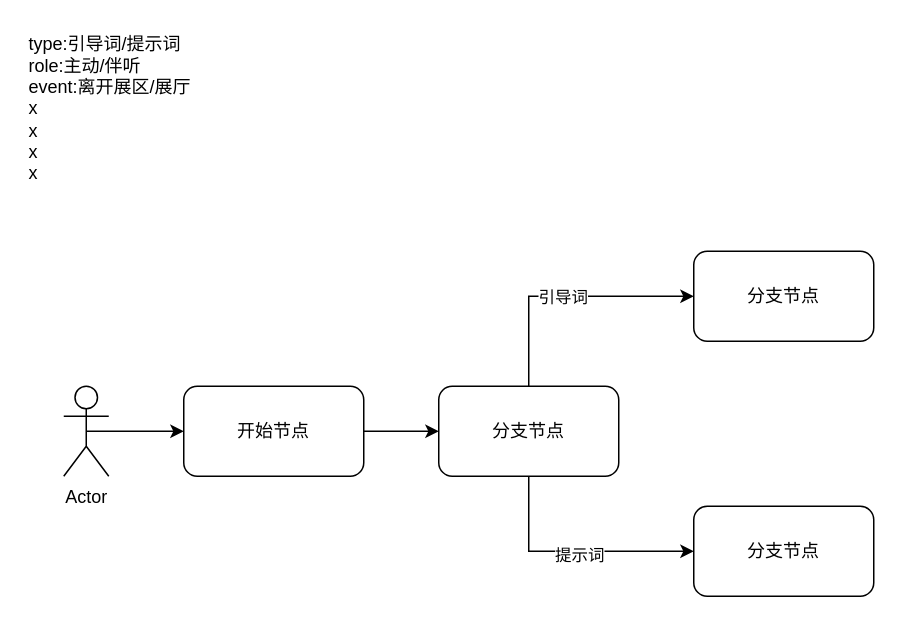
huaxiaojilzg/workflow_draw keeps this draw.io diagram as 8.离开展厅.drawio. Above is the earlier version. Source tidied: cells renumbered, new cells numbered last; positions are measured from the earlier drawing's top-left corner, leaving out a move shared by most shapes. Both pictures are drawn from the tidied source at 150%, with x=0, y=0 at pixel (26, 26).
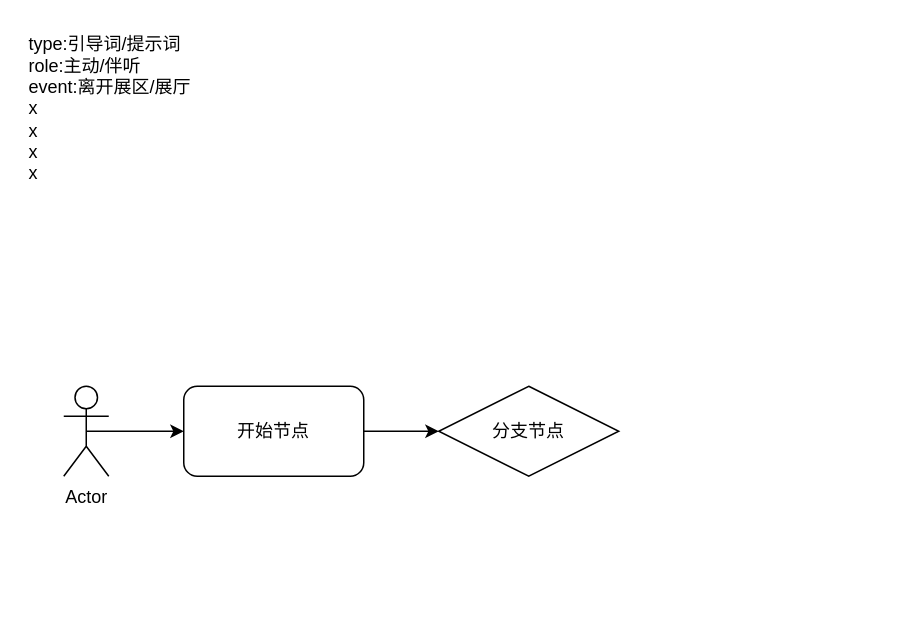
Above is the later version.

Commit message:
更新8.离开展厅.drawio

Diff of the diagram source:
```diff
@@
 <mxGraphModel>
   <root>
     <mxCell id="0" />
     <mxCell id="1" parent="0" />
     <mxCell id="2" style="edgeStyle=orthogonalEdgeStyle;rounded=0;jettySize=auto;html=1;exitX=0.5;exitY=0.5;exitDx=0;exitDy=0;exitPerimeter=0;entryX=0;entryY=0.5;entryDx=0;entryDy=0;" parent="1" edge="1" source="3" target="5">
       <mxGeometry relative="1" as="geometry" />
     </mxCell>
     <mxCell id="3" value="Actor" style="shape=umlActor;verticalLabelPosition=bottom;verticalAlign=top;html=1;outlineConnect=0;" parent="1" vertex="1">
       <mxGeometry x="25" y="240" width="30" height="60" as="geometry" />
     </mxCell>
-    <mxCell id="4" style="edgeStyle=orthogonalEdgeStyle;rounded=0;jettySize=auto;html=1;exitX=1;exitY=0.5;exitDx=0;exitDy=0;" parent="1" edge="1" source="5" target="10">
-      <mxGeometry relative="1" as="geometry" />
+    <mxCell id="4" style="edgeStyle=orthogonalEdgeStyle;rounded=0;jettySize=auto;html=1;exitX=1;exitY=0.5;exitDx=0;exitDy=0;" parent="1" edge="1" source="5">
+      <mxGeometry relative="1" as="geometry">
+        <mxPoint x="275" y="270" as="targetPoint" />
+      </mxGeometry>
     </mxCell>
     <mxCell id="5" value="开始节点" style="rounded=1;whiteSpace=wrap;html=1;" parent="1" vertex="1">
       <mxGeometry x="105" y="240" width="120" height="60" as="geometry" />
     </mxCell>
-    <mxCell id="6" style="edgeStyle=orthogonalEdgeStyle;rounded=0;jettySize=auto;html=1;exitX=0.5;exitY=0;exitDx=0;exitDy=0;entryX=0;entryY=0.5;entryDx=0;entryDy=0;" parent="1" edge="1" source="10" target="11">
-      <mxGeometry relative="1" as="geometry" />
-    </mxCell>
-    <mxCell id="7" value="引导词" style="edgeLabel;html=1;align=center;verticalAlign=middle;" parent="6" vertex="1">
-      <mxGeometry x="-0.02" relative="1" as="geometry">
-        <mxPoint x="-1" as="offset" />
-      </mxGeometry>
-    </mxCell>
-    <mxCell id="8" style="edgeStyle=orthogonalEdgeStyle;rounded=0;jettySize=auto;html=1;exitX=0.5;exitY=1;exitDx=0;exitDy=0;entryX=0;entryY=0.5;entryDx=0;entryDy=0;" parent="1" edge="1" source="10" target="12">
-      <mxGeometry relative="1" as="geometry" />
-    </mxCell>
-    <mxCell id="9" value="提示词" style="edgeLabel;html=1;align=center;verticalAlign=middle;" parent="8" vertex="1">
-      <mxGeometry x="0.04" y="-2" relative="1" as="geometry" />
-    </mxCell>
-    <mxCell id="10" value="分支节点" style="rounded=1;whiteSpace=wrap;html=1;" parent="1" vertex="1">
-      <mxGeometry x="275" y="240" width="120" height="60" as="geometry" />
-    </mxCell>
-    <mxCell id="11" value="分支节点" style="rounded=1;whiteSpace=wrap;html=1;" parent="1" vertex="1">
-      <mxGeometry x="445" y="150" width="120" height="60" as="geometry" />
-    </mxCell>
-    <mxCell id="12" value="分支节点" style="rounded=1;whiteSpace=wrap;html=1;" parent="1" vertex="1">
-      <mxGeometry x="445" y="320" width="120" height="60" as="geometry" />
-    </mxCell>
     <mxCell id="13" value="type:引导词/提示词&lt;div&gt;role:主动/伴听&lt;/div&gt;&lt;div&gt;event:离开展区/展厅&lt;/div&gt;&lt;div&gt;x&lt;/div&gt;&lt;div&gt;x&lt;/div&gt;&lt;div&gt;x&lt;/div&gt;&lt;div&gt;x&lt;/div&gt;" style="text;html=1;align=left;verticalAlign=middle;strokeColor=none;fillColor=none;" parent="1" vertex="1">
       <mxGeometry width="130" height="110" as="geometry" />
     </mxCell>
+    <mxCell id="14" value="分支节点" style="rhombus;whiteSpace=wrap;html=1;" parent="1" vertex="1">
+      <mxGeometry x="275" y="240" width="120" height="60" as="geometry" />
+    </mxCell>
   </root>
 </mxGraphModel>
```
